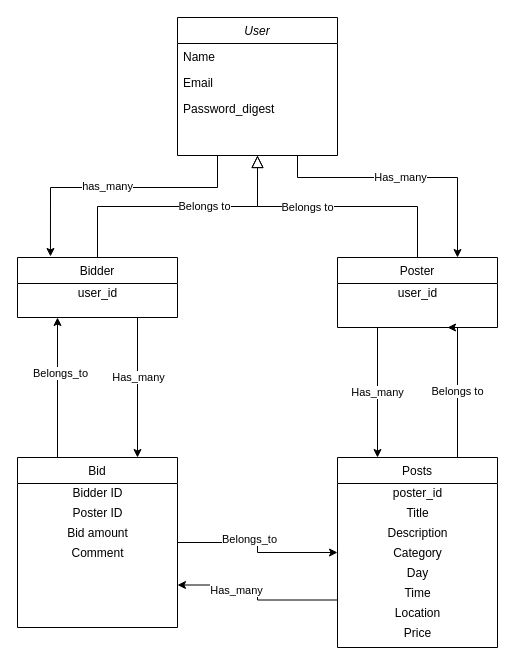
Before: Untitled Diagram.drawio in klt-shiba/phase-4-app, a draw.io diagram. Source tidied: cells renumbered, new cells numbered last; positions are measured from the earlier drawing's top-left corner, leaving out a move shared by most shapes. Both pictures are drawn from the tidied source at 100%, with x=0, y=0 at pixel (17, 17).
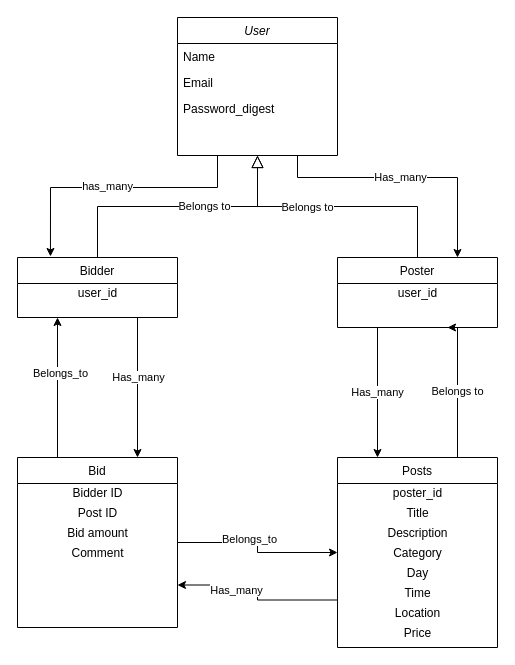
The same page after the edit.

Unchanged cells that the change refers to:
```xml
<mxCell id="38" value="Bid" style="swimlane;fontStyle=0;align=center;verticalAlign=top;horizontal=1;startSize=26;rounded=0;shadow=0;strokeWidth=1;" parent="1" vertex="1">
  <mxGeometry y="440" width="160" height="170" as="geometry" />
</mxCell>
```

What changed in the source:
```diff
@@
-    <mxCell id="40" value="Poster ID" style="text;html=1;align=center;verticalAlign=middle;strokeColor=none;fillColor=none;" parent="38" vertex="1">
+    <mxCell id="40" value="Post ID" style="text;html=1;align=center;verticalAlign=middle;strokeColor=none;fillColor=none;" parent="38" vertex="1">
       <mxGeometry y="46" width="160" height="20" as="geometry" />
     </mxCell>
```
